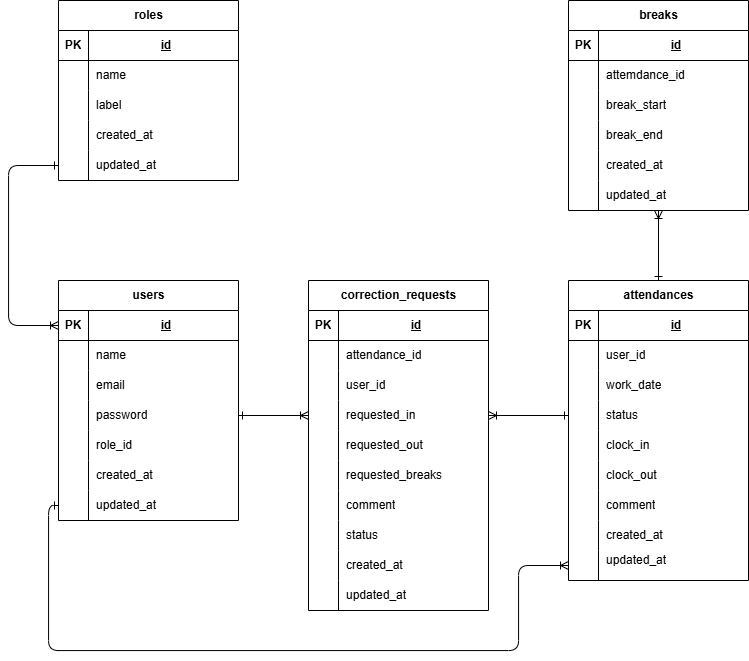
Earlier version of the draw.io export src/index.drawio.png (NoriyoshiUmeda/kintai-manager). Source tidied: cells renumbered, new cells last; positions are measured from the earlier drawing's top-left corner, leaving out a move shared by most shapes.
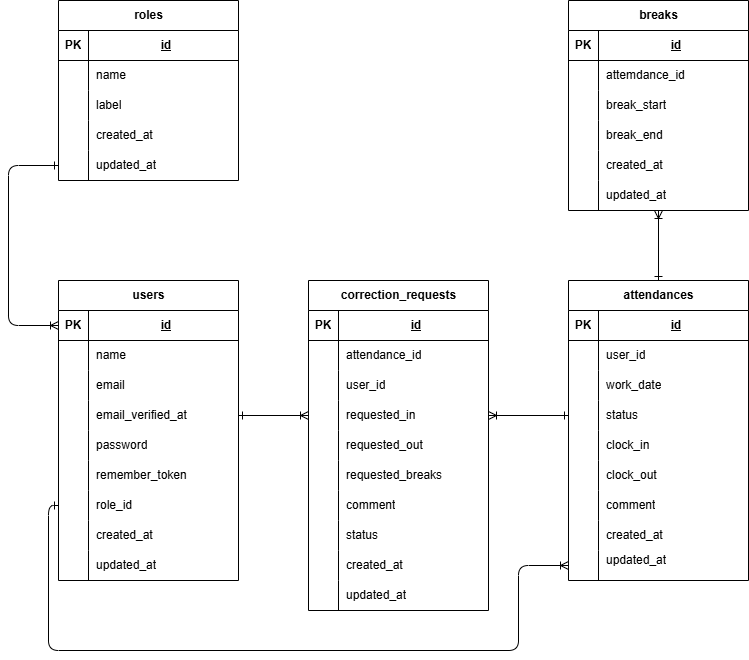
After the commit.

Diff of the diagram source:
```diff
@@ -3,7 +3,7 @@
     <mxCell id="0" />
     <mxCell id="1" parent="0" />
     <mxCell id="2" value="users" style="shape=table;startSize=30;rowLines=0;fontStyle=1;align=center;html=1;" parent="1" vertex="1">
-      <mxGeometry x="50" y="280" width="180" height="240" as="geometry" />
+      <mxGeometry x="50" y="280" width="180" height="300" as="geometry" />
     </mxCell>
     <mxCell id="3" style="shape=tableRow;horizontal=0;startSize=0;swimlaneHead=0;swimlaneBody=0;fillColor=none;points=[[0,0.5],[1,0.5]];portConstraint=eastwest;top=0;left=0;right=0;bottom=1;" parent="2" vertex="1">
       <mxGeometry y="30" width="180" height="30" as="geometry" />
@@ -38,7 +38,7 @@
     <mxCell id="13" style="shape=partialRectangle;fillColor=none;top=0;left=0;bottom=0;right=0;overflow=hidden;whiteSpace=wrap;html=1;" parent="12" vertex="1">
       <mxGeometry width="30" height="30" as="geometry" />
     </mxCell>
-    <mxCell id="14" value="password" style="shape=partialRectangle;fillColor=none;top=0;left=0;bottom=0;right=0;align=left;spacingLeft=6;overflow=hidden;whiteSpace=wrap;html=1;" parent="12" vertex="1">
+    <mxCell id="14" value="email_verified_at" style="shape=partialRectangle;fillColor=none;top=0;left=0;bottom=0;right=0;align=left;spacingLeft=6;overflow=hidden;whiteSpace=wrap;html=1;" parent="12" vertex="1">
       <mxGeometry x="30" width="150" height="30" as="geometry" />
     </mxCell>
     <mxCell id="15" style="shape=tableRow;horizontal=0;startSize=0;swimlaneHead=0;swimlaneBody=0;fillColor=none;top=0;left=0;right=0;bottom=0;" parent="2" vertex="1">
@@ -47,7 +47,7 @@
     <mxCell id="16" style="shape=partialRectangle;fillColor=none;top=0;left=0;bottom=0;right=0;overflow=hidden;whiteSpace=wrap;html=1;" parent="15" vertex="1">
       <mxGeometry width="30" height="30" as="geometry" />
     </mxCell>
-    <mxCell id="17" value="role_id" style="shape=partialRectangle;fillColor=none;top=0;left=0;bottom=0;right=0;align=left;spacingLeft=6;overflow=hidden;whiteSpace=wrap;html=1;" parent="15" vertex="1">
+    <mxCell id="17" value="password" style="shape=partialRectangle;fillColor=none;top=0;left=0;bottom=0;right=0;align=left;spacingLeft=6;overflow=hidden;whiteSpace=wrap;html=1;" parent="15" vertex="1">
       <mxGeometry x="30" width="150" height="30" as="geometry" />
     </mxCell>
     <mxCell id="18" style="shape=tableRow;horizontal=0;startSize=0;swimlaneHead=0;swimlaneBody=0;fillColor=none;top=0;left=0;right=0;bottom=0;" parent="2" vertex="1">
@@ -56,7 +56,7 @@
     <mxCell id="19" style="shape=partialRectangle;fillColor=none;top=0;left=0;bottom=0;right=0;overflow=hidden;whiteSpace=wrap;html=1;" parent="18" vertex="1">
       <mxGeometry width="30" height="30" as="geometry" />
     </mxCell>
-    <mxCell id="20" value="created_at" style="shape=partialRectangle;fillColor=none;top=0;left=0;bottom=0;right=0;align=left;spacingLeft=6;overflow=hidden;whiteSpace=wrap;html=1;" parent="18" vertex="1">
+    <mxCell id="20" value="remember_token" style="shape=partialRectangle;fillColor=none;top=0;left=0;bottom=0;right=0;align=left;spacingLeft=6;overflow=hidden;whiteSpace=wrap;html=1;" parent="18" vertex="1">
       <mxGeometry x="30" width="150" height="30" as="geometry" />
     </mxCell>
     <mxCell id="21" style="shape=tableRow;horizontal=0;startSize=0;swimlaneHead=0;swimlaneBody=0;fillColor=none;points=[[0,0.5],[1,0.5]];portConstraint=eastwest;top=0;left=0;right=0;bottom=0;" parent="2" vertex="1">
@@ -65,9 +65,27 @@
     <mxCell id="22" style="shape=partialRectangle;fillColor=none;top=0;left=0;bottom=0;right=0;overflow=hidden;whiteSpace=wrap;html=1;" parent="21" vertex="1">
       <mxGeometry width="30" height="30" as="geometry" />
     </mxCell>
-    <mxCell id="23" value="updated_at" style="shape=partialRectangle;fillColor=none;top=0;left=0;bottom=0;right=0;align=left;spacingLeft=6;overflow=hidden;whiteSpace=wrap;html=1;" parent="21" vertex="1">
+    <mxCell id="23" value="role_id" style="shape=partialRectangle;fillColor=none;top=0;left=0;bottom=0;right=0;align=left;spacingLeft=6;overflow=hidden;whiteSpace=wrap;html=1;" parent="21" vertex="1">
       <mxGeometry x="30" width="150" height="30" as="geometry" />
     </mxCell>
+    <mxCell id="123" style="shape=tableRow;horizontal=0;startSize=0;swimlaneHead=0;swimlaneBody=0;fillColor=none;top=0;left=0;right=0;bottom=0;" parent="2" vertex="1">
+      <mxGeometry y="240" width="180" height="30" as="geometry" />
+    </mxCell>
+    <mxCell id="124" style="shape=partialRectangle;fillColor=none;top=0;left=0;bottom=0;right=0;overflow=hidden;whiteSpace=wrap;html=1;" parent="123" vertex="1">
+      <mxGeometry width="30" height="30" as="geometry" />
+    </mxCell>
+    <mxCell id="125" value="created_at" style="shape=partialRectangle;fillColor=none;top=0;left=0;bottom=0;right=0;align=left;spacingLeft=6;overflow=hidden;whiteSpace=wrap;html=1;" parent="123" vertex="1">
+      <mxGeometry x="30" width="150" height="30" as="geometry" />
+    </mxCell>
+    <mxCell id="126" style="shape=tableRow;horizontal=0;startSize=0;swimlaneHead=0;swimlaneBody=0;fillColor=none;top=0;left=0;right=0;bottom=0;" parent="2" vertex="1">
+      <mxGeometry y="270" width="180" height="30" as="geometry" />
+    </mxCell>
+    <mxCell id="127" style="shape=partialRectangle;fillColor=none;top=0;left=0;bottom=0;right=0;overflow=hidden;whiteSpace=wrap;html=1;" parent="126" vertex="1">
+      <mxGeometry width="30" height="30" as="geometry" />
+    </mxCell>
+    <mxCell id="128" value="updated_at" style="shape=partialRectangle;fillColor=none;top=0;left=0;bottom=0;right=0;align=left;spacingLeft=6;overflow=hidden;whiteSpace=wrap;html=1;" parent="126" vertex="1">
+      <mxGeometry x="30" width="150" height="30" as="geometry" />
+    </mxCell>
     <mxCell id="24" style="edgeStyle=none;html=1;exitX=0.5;exitY=0;exitDx=0;exitDy=0;startArrow=ERone;startFill=0;endArrow=ERoneToMany;endFill=0;" parent="1" edge="1" source="25" target="69">
       <mxGeometry relative="1" as="geometry" />
     </mxCell>
```
